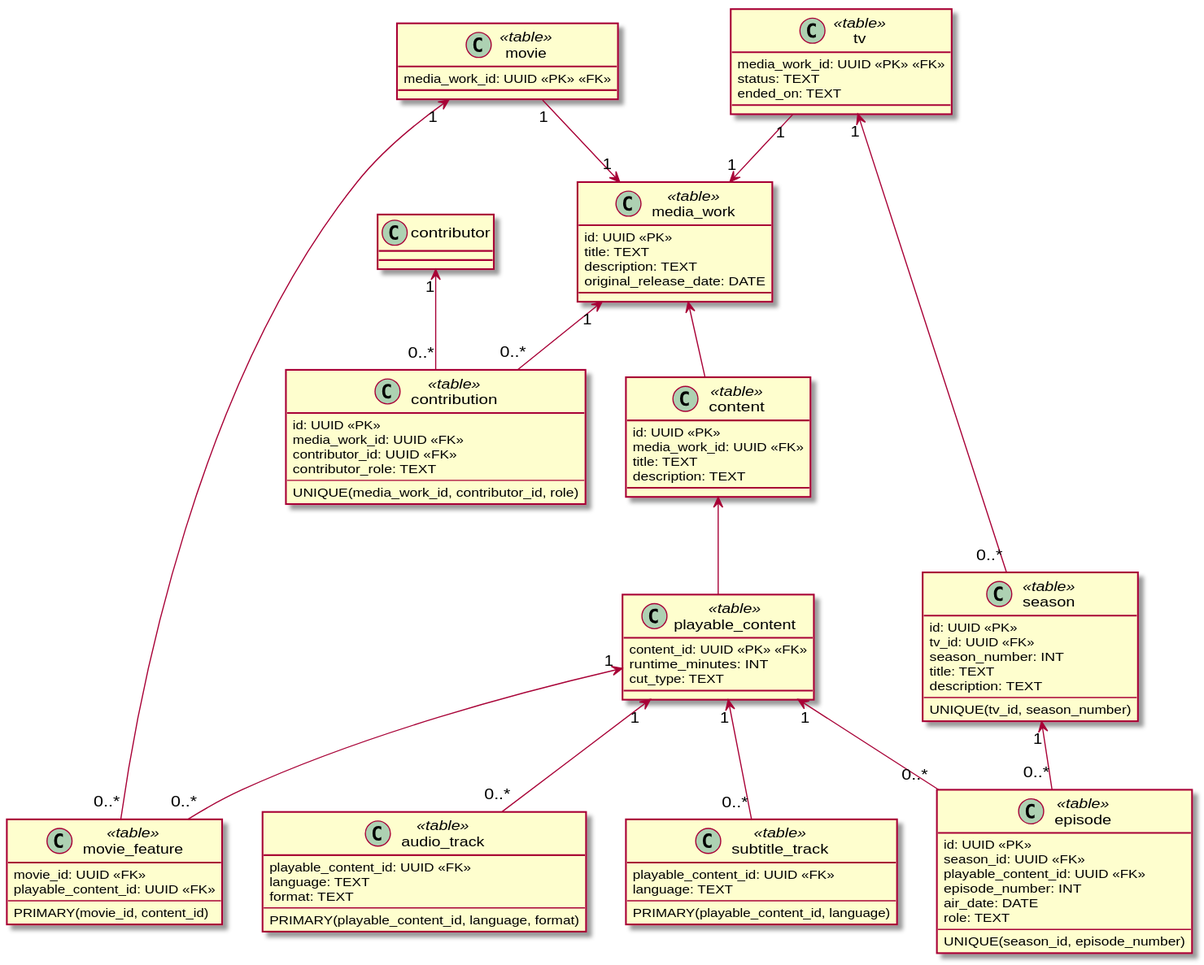
Above: docs/diagrams/data/media_work.data.svg in yantue/colleq (PlantUML), before the change.
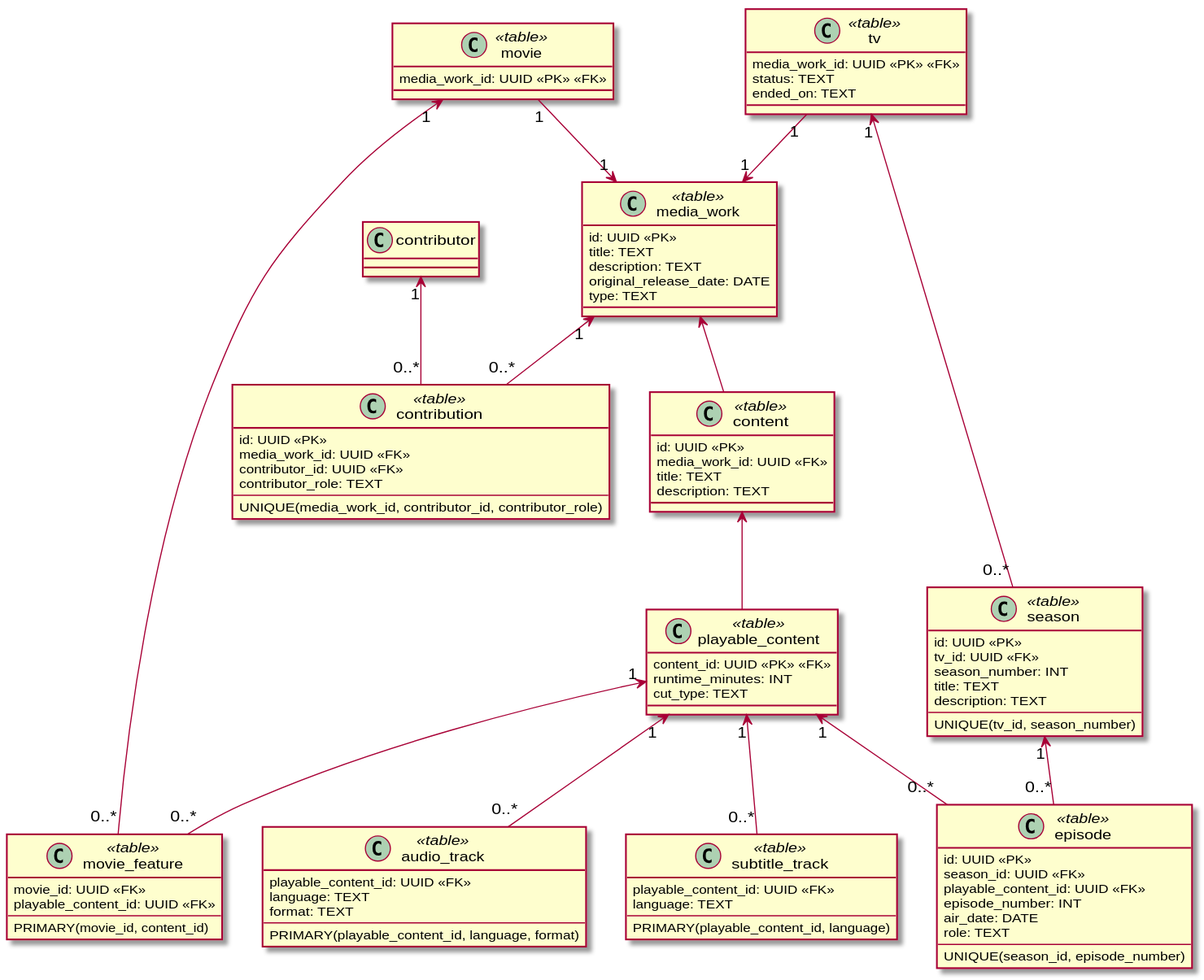
After the change.

The edit, as a diff of the source:
```diff
@@ -6,6 +6,7 @@
     title: TEXT
     description: TEXT
     original_release_date: DATE
+    type: TEXT
 }
 
 class contribution <<table>> {
@@ -14,7 +15,7 @@
     contributor_id: UUID <<FK>>
     contributor_role: TEXT
     --
-    UNIQUE(media_work_id, contributor_id, role)
+    UNIQUE(media_work_id, contributor_id, contributor_role)
 }
 
 media_work "1" <-- "0..*" contribution
```
